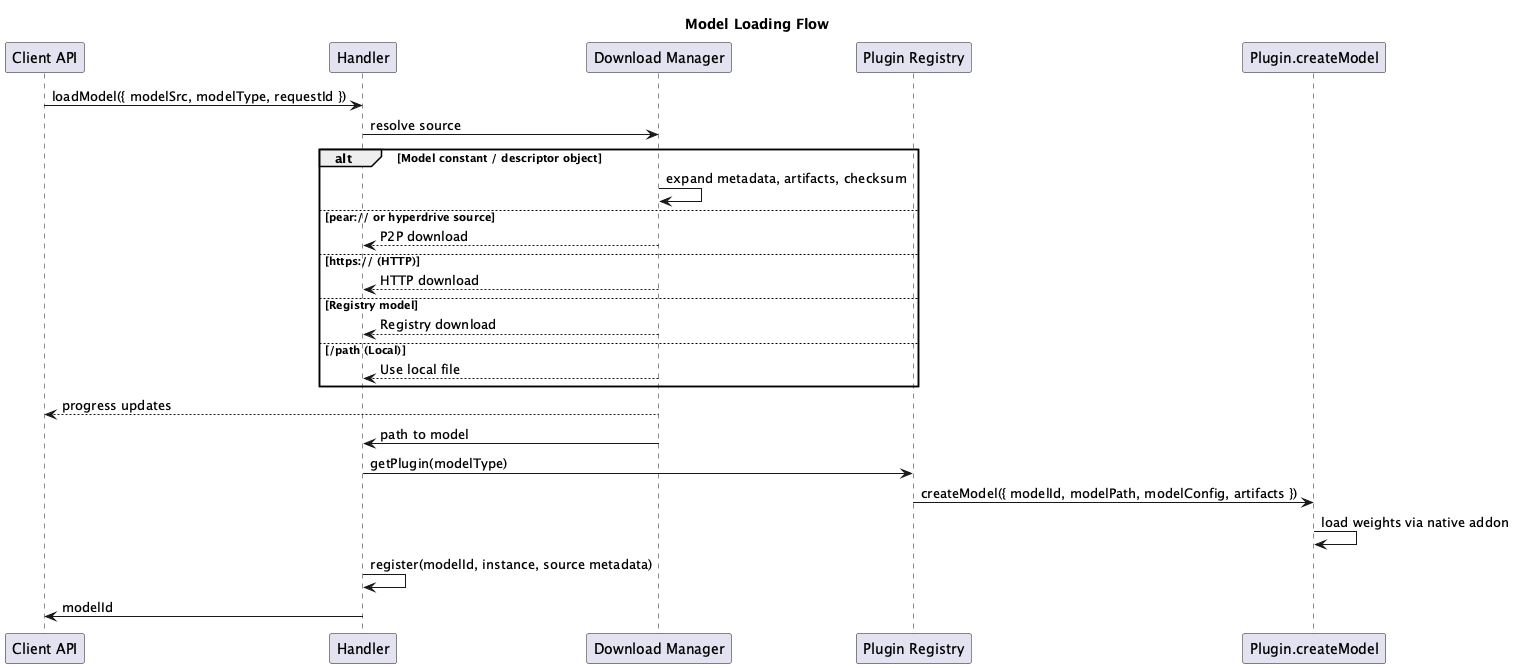
Above: docs/architecture/puml/images/08-model-loading-flow.png in Zbig9000/qvac (PlantUML), before the change.
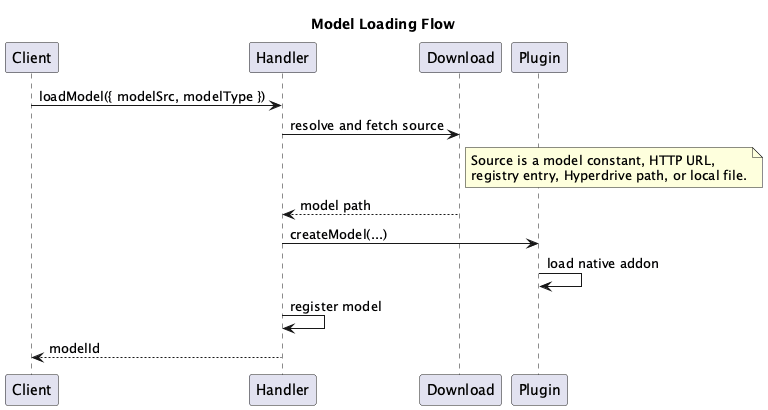
The same diagram one commit later.

What changed in the source:
```diff
@@ -1,35 +1,23 @@
 @startuml
 title Model Loading Flow
 
-participant "Client API" as Client
-participant Handler
-participant "Download Manager" as Download
-participant "Plugin Registry" as PluginReg
-participant "Plugin.createModel" as Plugin
+participant "Client" as Client
+participant "Handler" as Handler
+participant "Download" as Download
+participant "Plugin" as Plugin
 
-Client -> Handler : loadModel({ modelSrc, modelType, requestId })
-Handler -> Download : resolve source
+Client -> Handler : loadModel({ modelSrc, modelType })
+Handler -> Download : resolve and fetch source
 
-alt Model constant / descriptor object
-    Download -> Download : expand metadata, artifacts, checksum
-else pear:// or hyperdrive source
-    Download --> Handler : P2P download
-else https:// (HTTP)
-    Download --> Handler : HTTP download
-else Registry model
-    Download --> Handler : Registry download
-else /path (Local)
-    Download --> Handler : Use local file
-end
+note right of Download
+  Source is a model constant, HTTP URL,
+  registry entry, Hyperdrive path, or local file.
+end note
 
-Download --> Client : progress updates
-Download -> Handler : path to model
-
-Handler -> PluginReg : getPlugin(modelType)
-PluginReg -> Plugin : createModel({ modelId, modelPath, modelConfig, artifacts })
-Plugin -> Plugin : load weights via native addon
-
-Handler -> Handler : register(modelId, instance, source metadata)
-Handler -> Client : modelId
+Download --> Handler : model path
+Handler -> Plugin : createModel(...)
+Plugin -> Plugin : load native addon
+Handler -> Handler : register model
+Handler --> Client : modelId
 
 @enduml
```
